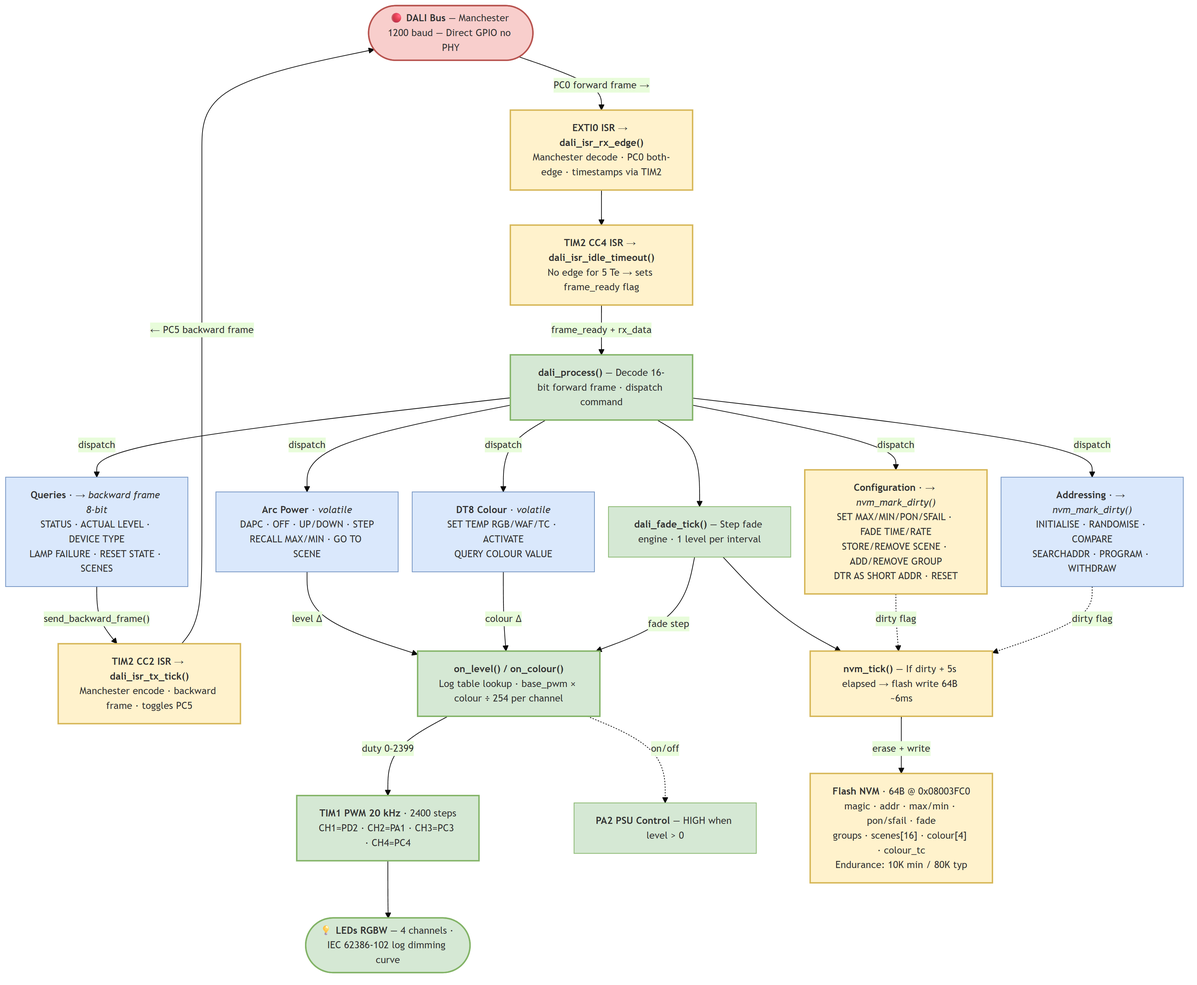
Above: Firmware/firmware_architecture.png in cad435/OpenDALI_EVG (Mermaid), before the change. Its source is kept beside it as Firmware/firmware_architecture.mmd. Source of this version:
```mermaid
%%{init: {'theme': 'base', 'themeVariables': {'primaryColor': '#dae8fc', 'primaryBorderColor': '#6c8ebf', 'fontSize': '14px'}, 'flowchart': {'rankSpacing': 50, 'nodeSpacing': 20, 'curve': 'basis', 'htmlLabels': true}}}%%

flowchart TD
    BUS(["🔴 <b>DALI Bus</b> — Manchester 1200 baud — Direct GPIO no PHY"])
    style BUS fill:#f8cecc,stroke:#b85450,stroke-width:2px

    RX["<b>EXTI0 ISR → dali_isr_rx_edge()</b><br/>Manchester decode · PC0 both-edge · timestamps via TIM2"]
    IDLE["<b>TIM2 CC4 ISR → dali_isr_idle_timeout()</b><br/>No edge for 5 Te → sets frame_ready flag"]
    TX["<b>TIM2 CC2 ISR → dali_isr_tx_tick()</b><br/>Manchester encode · backward frame · toggles PC5"]
    style RX fill:#fff2cc,stroke:#d6b656,stroke-width:2px
    style IDLE fill:#fff2cc,stroke:#d6b656,stroke-width:2px
    style TX fill:#fff2cc,stroke:#d6b656,stroke-width:2px

    PROC["<b>dali_process()</b> — Decode 16-bit forward frame · dispatch command"]
    FADET["<b>dali_fade_tick()</b> — Step fade engine · 1 level per interval"]
    NVMT["<b>nvm_tick()</b> — If dirty + 5s elapsed → flash write 64B ~6ms"]
    style PROC fill:#d5e8d4,stroke:#82b366,stroke-width:2px
    style FADET fill:#d5e8d4,stroke:#82b366
    style NVMT fill:#fff2cc,stroke:#d6b656,stroke-width:2px

    ARC["<b>Arc Power</b> · <i>volatile</i><br/>DAPC · OFF · UP/DOWN · STEP<br/>RECALL MAX/MIN · GO TO SCENE"]
    CFG["<b>Configuration</b> · <i>→ nvm_mark_dirty()</i><br/>SET MAX/MIN/PON/SFAIL · FADE TIME/RATE<br/>STORE/REMOVE SCENE · ADD/REMOVE GROUP<br/>DTR AS SHORT ADDR · RESET"]
    QRY["<b>Queries</b> · <i>→ backward frame 8-bit</i><br/>STATUS · ACTUAL LEVEL · DEVICE TYPE<br/>LAMP FAILURE · RESET STATE · SCENES"]
    DT8["<b>DT8 Colour</b> · <i>volatile</i><br/>SET TEMP RGB/WAF/TC · ACTIVATE<br/>QUERY COLOUR VALUE"]
    ADDP["<b>Addressing</b> · <i>→ nvm_mark_dirty()</i><br/>INITIALISE · RANDOMISE · COMPARE<br/>SEARCHADDR · PROGRAM · WITHDRAW"]
    style ARC fill:#dae8fc,stroke:#6c8ebf
    style CFG fill:#fff2cc,stroke:#d6b656,stroke-width:2px
    style QRY fill:#dae8fc,stroke:#6c8ebf
    style DT8 fill:#dae8fc,stroke:#6c8ebf
    style ADDP fill:#dae8fc,stroke:#6c8ebf

    CB["<b>on_level() / on_colour()</b><br/>Log table lookup · base_pwm × colour ÷ 254 per channel"]
    style CB fill:#d5e8d4,stroke:#82b366,stroke-width:2px

    PWM["<b>TIM1 PWM 20 kHz</b> · 2400 steps<br/>CH1=PD2 · CH2=PA1 · CH3=PC3 · CH4=PC4"]
    PSU["<b>PA2 PSU Control</b> — HIGH when level > 0"]
    FLASH["<b>Flash NVM</b> · 64B @ 0x08003FC0<br/>magic · addr · max/min · pon/sfail · fade<br/>groups · scenes[16] · colour[4] · colour_tc<br/>Endurance: 10K min / 80K typ"]
    style PWM fill:#d5e8d4,stroke:#82b366,stroke-width:2px
    style PSU fill:#d5e8d4,stroke:#82b366
    style FLASH fill:#fff2cc,stroke:#d6b656,stroke-width:2px

    LEDS(["💡 <b>LEDs RGBW</b> — 4 channels · IEC 62386-102 log dimming curve"])
    style LEDS fill:#d5e8d4,stroke:#82b366,stroke-width:2px


    BUS -- "PC0 forward frame →" --> RX
    TX -- "← PC5 backward frame" --> BUS

    RX --> IDLE

    IDLE -- "frame_ready + rx_data" --> PROC

    PROC --> FADET
    FADET --> NVMT

    PROC -- "dispatch" --> ARC & CFG & QRY & DT8 & ADDP

    ARC -- "level Δ" --> CB
    DT8 -- "colour Δ" --> CB
    FADET -- "fade step" --> CB

    CFG -. "dirty flag" .-> NVMT
    ADDP -. "dirty flag" .-> NVMT

    QRY -- "send_backward_frame()" --> TX

    CB -- "duty 0–2399" --> PWM
    CB -. "on/off" .-> PSU

    NVMT -- "erase + write" --> FLASH

    PWM --> LEDS
```
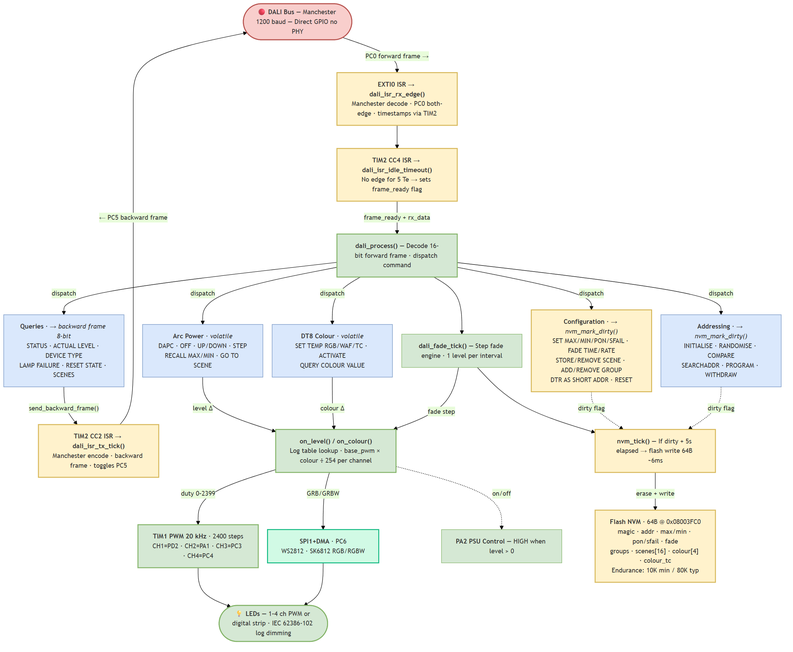
The same diagram one commit later.

The edit, as a diff of the source:
```diff
@@ -33,13 +33,15 @@
     style CB fill:#d5e8d4,stroke:#82b366,stroke-width:2px
 
     PWM["<b>TIM1 PWM 20 kHz</b> · 2400 steps<br/>CH1=PD2 · CH2=PA1 · CH3=PC3 · CH4=PC4"]
+    SPI["<b>SPI1+DMA</b> · PC6<br/>WS2812 · SK6812 RGB/RGBW"]
     PSU["<b>PA2 PSU Control</b> — HIGH when level > 0"]
     FLASH["<b>Flash NVM</b> · 64B @ 0x08003FC0<br/>magic · addr · max/min · pon/sfail · fade<br/>groups · scenes[16] · colour[4] · colour_tc<br/>Endurance: 10K min / 80K typ"]
     style PWM fill:#d5e8d4,stroke:#82b366,stroke-width:2px
+    style SPI fill:#d1fae5,stroke:#10b981,stroke-width:2px
     style PSU fill:#d5e8d4,stroke:#82b366
     style FLASH fill:#fff2cc,stroke:#d6b656,stroke-width:2px
 
-    LEDS(["💡 <b>LEDs RGBW</b> — 4 channels · IEC 62386-102 log dimming curve"])
+    LEDS(["💡 <b>LEDs</b> — 1–4 ch PWM or digital strip · IEC 62386-102 log dimming"])
     style LEDS fill:#d5e8d4,stroke:#82b366,stroke-width:2px
 
 
@@ -65,8 +67,10 @@
     QRY -- "send_backward_frame()" --> TX
 
     CB -- "duty 0–2399" --> PWM
+    CB -- "GRB/GRBW" --> SPI
     CB -. "on/off" .-> PSU
 
     NVMT -- "erase + write" --> FLASH
 
     PWM --> LEDS
+    SPI --> LEDS
```
